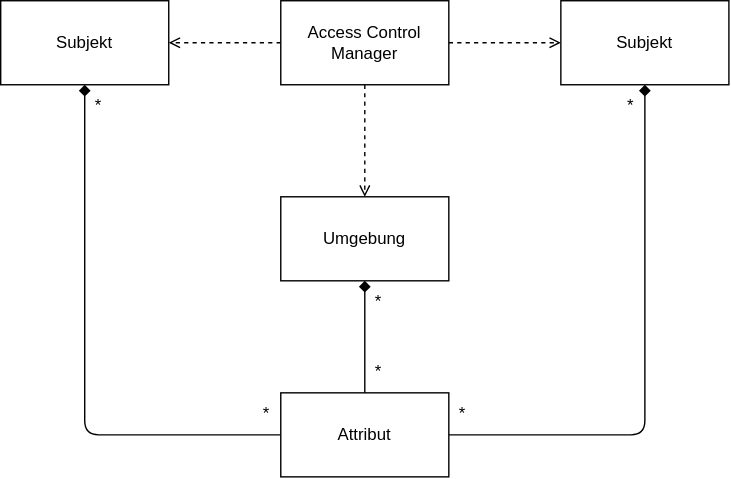
karry-thm/cms keeps this draw.io diagram as .theorie/access_controle/ac-attributebased.drawio.svg. Above is the earlier version. Source tidied: cells renumbered, new cells last; positions are measured from the earlier drawing's top-left corner, leaving out a move shared by most shapes.
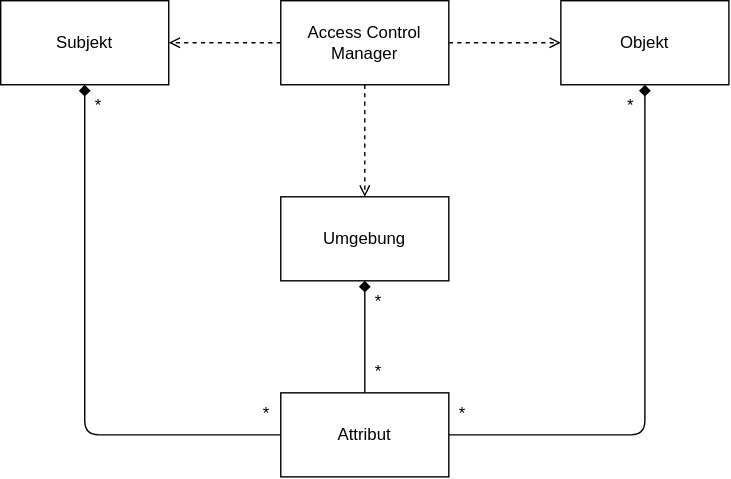
Above is the later version.

Diff of the diagram source:
```diff
@@ -11,7 +11,7 @@
     <mxCell id="4" style="edgeStyle=orthogonalEdgeStyle;html=1;entryX=1;entryY=0.5;entryDx=0;entryDy=0;exitX=0.5;exitY=1;exitDx=0;exitDy=0;endArrow=none;endFill=0;startArrow=diamond;startFill=1;" parent="1" edge="1" source="5" target="6">
       <mxGeometry relative="1" as="geometry" />
     </mxCell>
-    <mxCell id="5" value="Subjekt" style="whiteSpace=wrap;html=1;" parent="1" vertex="1">
+    <mxCell id="5" value="Objekt" style="whiteSpace=wrap;html=1;" parent="1" vertex="1">
       <mxGeometry x="400" width="120" height="60" as="geometry" />
     </mxCell>
     <mxCell id="6" value="Attribut" style="rounded=0;whiteSpace=wrap;html=1;" parent="1" vertex="1">
```
